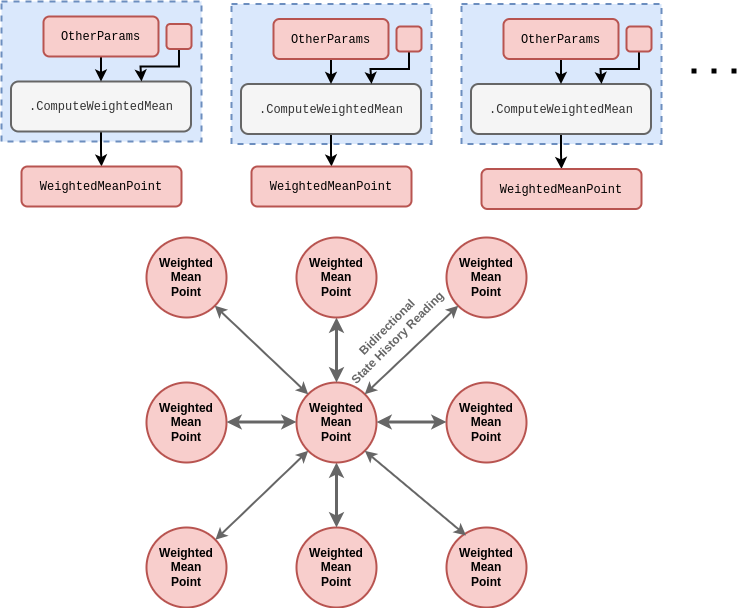
Above: assets/dexetera/dexetera-spatial-state-partition-graph.drawio.png in umbralcalc/umbralcalc.github.io (draw.io), before the change. Source tidied: cells renumbered, new cells last; positions are measured from the earlier drawing's top-left corner, leaving out a move shared by most shapes.
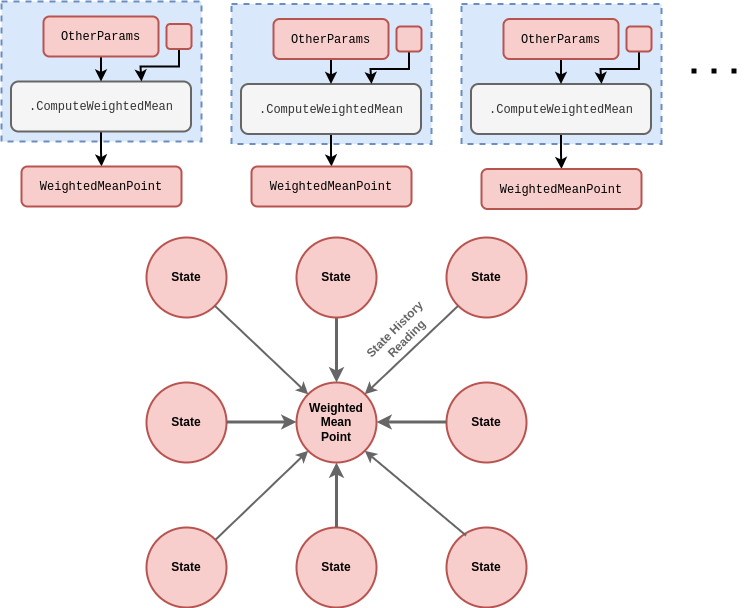
Above is the later version.

The edit, as a diff of the source:
```diff
@@ -2,54 +2,54 @@
   <root>
     <mxCell id="0" />
     <mxCell id="1" parent="0" />
-    <mxCell id="2" value="&lt;b&gt;Weighted&lt;/b&gt;&lt;div&gt;&lt;b&gt;Mean&lt;/b&gt;&lt;/div&gt;&lt;div&gt;&lt;b&gt;Point&lt;/b&gt;&lt;/div&gt;" style="ellipse;whiteSpace=wrap;html=1;fillColor=#f8cecc;strokeColor=#b85450;strokeWidth=2;" parent="1" vertex="1">
+    <mxCell id="2" value="&lt;b&gt;State&lt;/b&gt;" style="ellipse;whiteSpace=wrap;html=1;fillColor=#f8cecc;strokeColor=#b85450;strokeWidth=2;" parent="1" vertex="1">
       <mxGeometry x="295" y="526" width="80" height="80" as="geometry" />
     </mxCell>
-    <mxCell id="3" style="endArrow=classic;startArrow=classic;html=1;rounded=0;entryX=0.5;entryY=0;entryDx=0;entryDy=0;strokeWidth=3;exitX=0.5;exitY=1;exitDx=0;exitDy=0;fillColor=#f5f5f5;strokeColor=#666666;" parent="1" edge="1" target="2">
+    <mxCell id="3" style="endArrow=none;startArrow=classic;html=1;rounded=0;entryX=0.5;entryY=0;entryDx=0;entryDy=0;strokeWidth=3;exitX=0.5;exitY=1;exitDx=0;exitDy=0;fillColor=#f5f5f5;strokeColor=#666666;endFill=0;" parent="1" edge="1" target="2">
       <mxGeometry relative="1" as="geometry">
         <mxPoint x="335" y="461" as="sourcePoint" />
       </mxGeometry>
     </mxCell>
-    <mxCell id="4" value="&lt;b&gt;Weighted&lt;/b&gt;&lt;div&gt;&lt;b&gt;Mean&lt;/b&gt;&lt;/div&gt;&lt;div&gt;&lt;b&gt;Point&lt;/b&gt;&lt;/div&gt;" style="ellipse;whiteSpace=wrap;html=1;fillColor=#f8cecc;strokeColor=#b85450;strokeWidth=2;" parent="1" vertex="1">
+    <mxCell id="4" value="&lt;b&gt;State&lt;/b&gt;" style="ellipse;whiteSpace=wrap;html=1;fillColor=#f8cecc;strokeColor=#b85450;strokeWidth=2;" parent="1" vertex="1">
       <mxGeometry x="445" y="381" width="80" height="80" as="geometry" />
     </mxCell>
     <mxCell id="5" value="&lt;b&gt;Weighted&lt;/b&gt;&lt;div&gt;&lt;b&gt;Mean&lt;/b&gt;&lt;/div&gt;&lt;div&gt;&lt;b&gt;Point&lt;/b&gt;&lt;/div&gt;" style="ellipse;whiteSpace=wrap;html=1;fillColor=#f8cecc;strokeColor=#b85450;strokeWidth=2;" parent="1" vertex="1">
       <mxGeometry x="295" y="381" width="80" height="80" as="geometry" />
     </mxCell>
-    <mxCell id="6" value="&lt;b&gt;Weighted&lt;/b&gt;&lt;div&gt;&lt;b&gt;Mean&lt;/b&gt;&lt;/div&gt;&lt;div&gt;&lt;b&gt;Point&lt;/b&gt;&lt;/div&gt;" style="ellipse;whiteSpace=wrap;html=1;fillColor=#f8cecc;strokeColor=#b85450;strokeWidth=2;" parent="1" vertex="1">
+    <mxCell id="6" value="&lt;b&gt;State&lt;/b&gt;" style="ellipse;whiteSpace=wrap;html=1;fillColor=#f8cecc;strokeColor=#b85450;strokeWidth=2;" parent="1" vertex="1">
       <mxGeometry x="145" y="381" width="80" height="80" as="geometry" />
     </mxCell>
-    <mxCell id="7" style="endArrow=classic;startArrow=classic;html=1;rounded=0;entryX=0;entryY=0.5;entryDx=0;entryDy=0;strokeWidth=3;exitX=0.5;exitY=1;exitDx=0;exitDy=0;fillColor=#f5f5f5;strokeColor=#666666;" parent="1" edge="1" source="9">
+    <mxCell id="7" style="endArrow=classic;startArrow=none;html=1;rounded=0;entryX=0;entryY=0.5;entryDx=0;entryDy=0;strokeWidth=3;exitX=0.5;exitY=1;exitDx=0;exitDy=0;fillColor=#f5f5f5;strokeColor=#666666;endFill=1;startFill=0;" parent="1" edge="1" source="9">
       <mxGeometry relative="1" as="geometry">
         <mxPoint x="335" y="381" as="targetPoint" />
       </mxGeometry>
     </mxCell>
-    <mxCell id="8" value="&lt;b&gt;Weighted&lt;/b&gt;&lt;div&gt;&lt;b&gt;Mean&lt;/b&gt;&lt;/div&gt;&lt;div&gt;&lt;b&gt;Point&lt;/b&gt;&lt;/div&gt;" style="ellipse;whiteSpace=wrap;html=1;fillColor=#f8cecc;strokeColor=#b85450;strokeWidth=2;" parent="1" vertex="1">
+    <mxCell id="8" value="&lt;b&gt;State&lt;/b&gt;" style="ellipse;whiteSpace=wrap;html=1;fillColor=#f8cecc;strokeColor=#b85450;strokeWidth=2;" parent="1" vertex="1">
       <mxGeometry x="445" y="236" width="80" height="80" as="geometry" />
     </mxCell>
-    <mxCell id="9" value="&lt;b&gt;Weighted&lt;/b&gt;&lt;div&gt;&lt;b&gt;Mean&lt;/b&gt;&lt;/div&gt;&lt;div&gt;&lt;b&gt;Point&lt;/b&gt;&lt;/div&gt;" style="ellipse;whiteSpace=wrap;html=1;fillColor=#f8cecc;strokeColor=#b85450;strokeWidth=2;" parent="1" vertex="1">
+    <mxCell id="9" value="&lt;b&gt;State&lt;/b&gt;" style="ellipse;whiteSpace=wrap;html=1;fillColor=#f8cecc;strokeColor=#b85450;strokeWidth=2;" parent="1" vertex="1">
       <mxGeometry x="295" y="236" width="80" height="80" as="geometry" />
     </mxCell>
-    <mxCell id="10" style="endArrow=classic;startArrow=classic;html=1;rounded=0;entryX=0;entryY=1;entryDx=0;entryDy=0;strokeWidth=2;exitX=1;exitY=0;exitDx=0;exitDy=0;fillColor=#f5f5f5;strokeColor=#666666;" parent="1" edge="1" target="8">
+    <mxCell id="10" style="endArrow=none;startArrow=classic;html=1;rounded=0;entryX=0;entryY=1;entryDx=0;entryDy=0;strokeWidth=2;exitX=1;exitY=0;exitDx=0;exitDy=0;fillColor=#f5f5f5;strokeColor=#666666;startFill=1;endFill=0;" parent="1" edge="1" target="8">
       <mxGeometry relative="1" as="geometry">
         <mxPoint x="363.3" y="392.7" as="sourcePoint" />
       </mxGeometry>
     </mxCell>
-    <mxCell id="11" value="&lt;b&gt;Weighted&lt;/b&gt;&lt;div&gt;&lt;b&gt;Mean&lt;/b&gt;&lt;/div&gt;&lt;div&gt;&lt;b&gt;Point&lt;/b&gt;&lt;/div&gt;" style="ellipse;whiteSpace=wrap;html=1;fillColor=#f8cecc;strokeColor=#b85450;strokeWidth=2;" parent="1" vertex="1">
+    <mxCell id="11" value="&lt;b&gt;State&lt;/b&gt;" style="ellipse;whiteSpace=wrap;html=1;fillColor=#f8cecc;strokeColor=#b85450;strokeWidth=2;" parent="1" vertex="1">
       <mxGeometry x="145" y="236" width="80" height="80" as="geometry" />
     </mxCell>
-    <mxCell id="12" style="endArrow=classic;startArrow=classic;html=1;rounded=0;entryX=1;entryY=1;entryDx=0;entryDy=0;strokeWidth=2;exitX=0;exitY=0;exitDx=0;exitDy=0;fillColor=#f5f5f5;strokeColor=#666666;" parent="1" edge="1" target="11">
+    <mxCell id="12" style="endArrow=none;startArrow=classic;html=1;rounded=0;entryX=1;entryY=1;entryDx=0;entryDy=0;strokeWidth=2;exitX=0;exitY=0;exitDx=0;exitDy=0;fillColor=#f5f5f5;strokeColor=#666666;startFill=1;endFill=0;" parent="1" edge="1" target="11">
       <mxGeometry relative="1" as="geometry">
         <mxPoint x="306.7" y="392.7" as="sourcePoint" />
       </mxGeometry>
     </mxCell>
-    <mxCell id="13" style="endArrow=classic;startArrow=classic;html=1;rounded=0;entryX=0;entryY=0.5;entryDx=0;entryDy=0;strokeWidth=3;exitX=1;exitY=0.5;exitDx=0;exitDy=0;fillColor=#f5f5f5;strokeColor=#666666;" parent="1" edge="1">
+    <mxCell id="13" style="endArrow=classic;startArrow=none;html=1;rounded=0;entryX=0;entryY=0.5;entryDx=0;entryDy=0;strokeWidth=3;exitX=1;exitY=0.5;exitDx=0;exitDy=0;fillColor=#f5f5f5;strokeColor=#666666;startFill=0;" parent="1" edge="1">
       <mxGeometry relative="1" as="geometry">
         <mxPoint x="225" y="420.5" as="sourcePoint" />
         <mxPoint x="295" y="420.5" as="targetPoint" />
       </mxGeometry>
     </mxCell>
-    <mxCell id="14" style="endArrow=classic;startArrow=classic;html=1;rounded=0;entryX=0;entryY=0.5;entryDx=0;entryDy=0;strokeWidth=3;exitX=1;exitY=0.5;exitDx=0;exitDy=0;fillColor=#f5f5f5;strokeColor=#666666;" parent="1" edge="1">
+    <mxCell id="14" style="endArrow=none;startArrow=classic;html=1;rounded=0;entryX=0;entryY=0.5;entryDx=0;entryDy=0;strokeWidth=3;exitX=1;exitY=0.5;exitDx=0;exitDy=0;fillColor=#f5f5f5;strokeColor=#666666;endFill=0;" parent="1" edge="1">
       <mxGeometry relative="1" as="geometry">
         <mxPoint x="375" y="420.5" as="sourcePoint" />
         <mxPoint x="445" y="420.5" as="targetPoint" />
@@ -154,20 +154,20 @@
         <mxPoint x="740" y="69.5" as="targetPoint" />
       </mxGeometry>
     </mxCell>
-    <mxCell id="40" value="&lt;b&gt;Weighted&lt;/b&gt;&lt;div&gt;&lt;b&gt;Mean&lt;/b&gt;&lt;/div&gt;&lt;div&gt;&lt;b&gt;Point&lt;/b&gt;&lt;/div&gt;" style="ellipse;whiteSpace=wrap;html=1;fillColor=#f8cecc;strokeColor=#b85450;strokeWidth=2;" parent="1" vertex="1">
+    <mxCell id="40" value="&lt;b&gt;State&lt;/b&gt;" style="ellipse;whiteSpace=wrap;html=1;fillColor=#f8cecc;strokeColor=#b85450;strokeWidth=2;" parent="1" vertex="1">
       <mxGeometry x="445" y="526" width="80" height="80" as="geometry" />
     </mxCell>
-    <mxCell id="41" value="&lt;b&gt;Weighted&lt;/b&gt;&lt;div&gt;&lt;b&gt;Mean&lt;/b&gt;&lt;/div&gt;&lt;div&gt;&lt;b&gt;Point&lt;/b&gt;&lt;/div&gt;" style="ellipse;whiteSpace=wrap;html=1;fillColor=#f8cecc;strokeColor=#b85450;strokeWidth=2;" parent="1" vertex="1">
+    <mxCell id="41" value="&lt;b&gt;State&lt;/b&gt;" style="ellipse;whiteSpace=wrap;html=1;fillColor=#f8cecc;strokeColor=#b85450;strokeWidth=2;" parent="1" vertex="1">
       <mxGeometry x="145" y="526" width="80" height="80" as="geometry" />
     </mxCell>
-    <mxCell id="42" style="endArrow=classic;startArrow=classic;html=1;rounded=0;strokeWidth=2;exitX=0;exitY=1;exitDx=0;exitDy=0;fillColor=#f5f5f5;strokeColor=#666666;" parent="1" edge="1" source="5" target="41">
+    <mxCell id="42" style="endArrow=none;startArrow=classic;html=1;rounded=0;strokeWidth=2;exitX=0;exitY=1;exitDx=0;exitDy=0;fillColor=#f5f5f5;strokeColor=#666666;endFill=0;" parent="1" edge="1" source="5" target="41">
       <mxGeometry relative="1" as="geometry" />
     </mxCell>
-    <mxCell id="43" style="endArrow=classic;startArrow=classic;html=1;rounded=0;strokeWidth=2;exitX=1;exitY=1;exitDx=0;exitDy=0;fillColor=#f5f5f5;strokeColor=#666666;entryX=0.244;entryY=0.1;entryDx=0;entryDy=0;entryPerimeter=0;" parent="1" edge="1" source="5" target="40">
+    <mxCell id="43" style="endArrow=none;startArrow=classic;html=1;rounded=0;strokeWidth=2;exitX=1;exitY=1;exitDx=0;exitDy=0;fillColor=#f5f5f5;strokeColor=#666666;entryX=0.244;entryY=0.1;entryDx=0;entryDy=0;entryPerimeter=0;endFill=0;startFill=1;" parent="1" edge="1" source="5" target="40">
       <mxGeometry relative="1" as="geometry" />
     </mxCell>
-    <mxCell id="44" value="&lt;div&gt;&lt;b style=&quot;background-color: initial;&quot;&gt;&lt;font color=&quot;#666666&quot;&gt;Bidirectional&lt;/font&gt;&lt;/b&gt;&lt;br&gt;&lt;/div&gt;&lt;div&gt;&lt;b&gt;&lt;font color=&quot;#666666&quot;&gt;State History&amp;nbsp;&lt;/font&gt;&lt;/b&gt;&lt;b style=&quot;background-color: initial;&quot;&gt;&lt;font color=&quot;#666666&quot;&gt;Reading&lt;/font&gt;&lt;/b&gt;&lt;/div&gt;" style="text;html=1;align=center;verticalAlign=middle;whiteSpace=wrap;rounded=0;rotation=-45;" parent="1" vertex="1">
-      <mxGeometry x="306" y="316" width="169.5" height="30" as="geometry" />
+    <mxCell id="44" value="&lt;div&gt;&lt;b style=&quot;background-color: initial;&quot;&gt;&lt;font color=&quot;#666666&quot;&gt;State History&amp;nbsp;&lt;/font&gt;&lt;/b&gt;&lt;/div&gt;&lt;div&gt;&lt;b style=&quot;background-color: initial;&quot;&gt;&lt;font color=&quot;#666666&quot;&gt;Reading&lt;/font&gt;&lt;/b&gt;&lt;br&gt;&lt;/div&gt;" style="text;html=1;align=center;verticalAlign=middle;whiteSpace=wrap;rounded=0;rotation=-45;" parent="1" vertex="1">
+      <mxGeometry x="315" y="317" width="169.5" height="30" as="geometry" />
     </mxCell>
   </root>
 </mxGraphModel>
```
